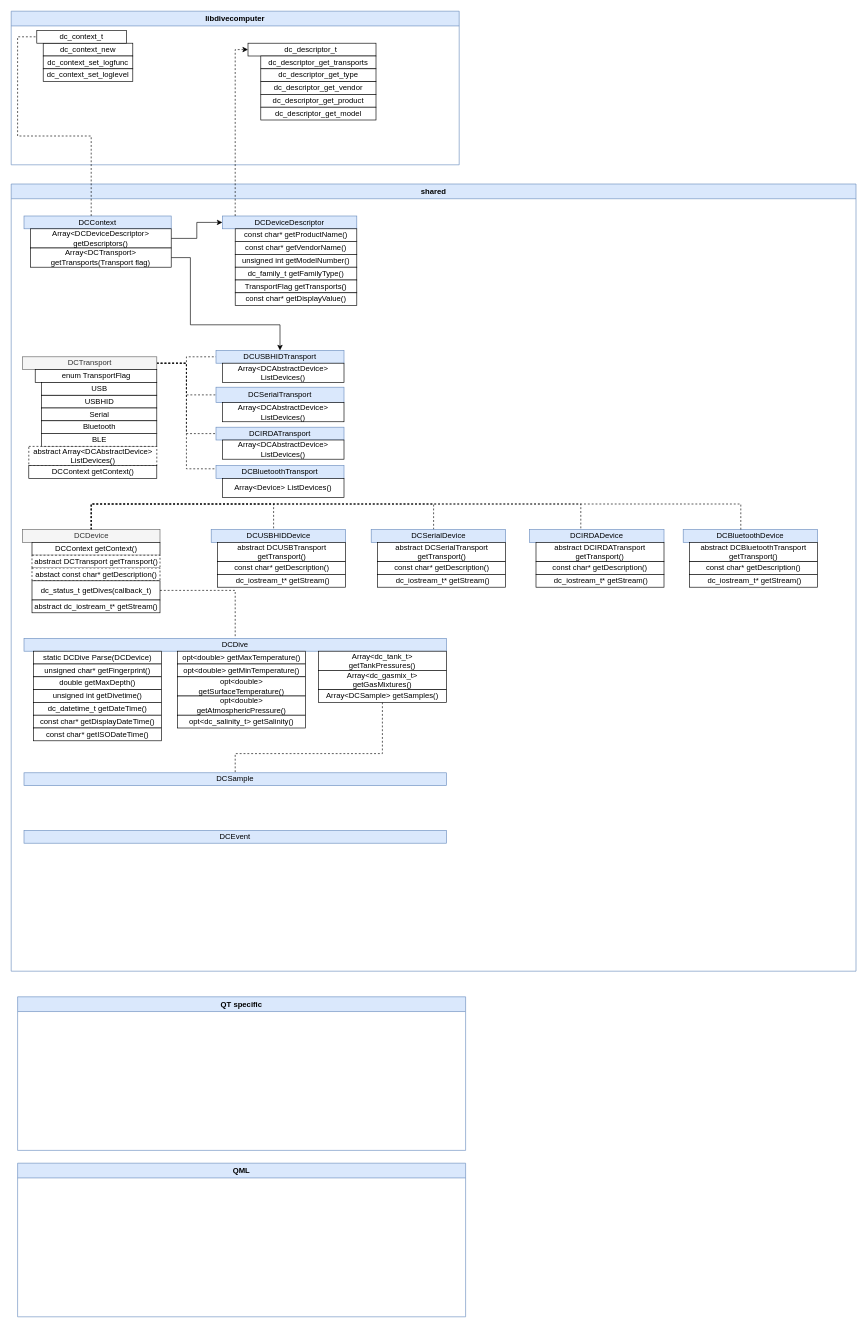
Earlier version of the draw.io diagram qt-libdivecomputer.drawio (blackshadev/qt-dive-uploader). Source tidied: cells renumbered, new cells numbered last; positions are measured from the earlier drawing's top-left corner, leaving out a move shared by most shapes. Both pictures are drawn from the tidied source at 64%, with x=0, y=0 at pixel (11, 11).
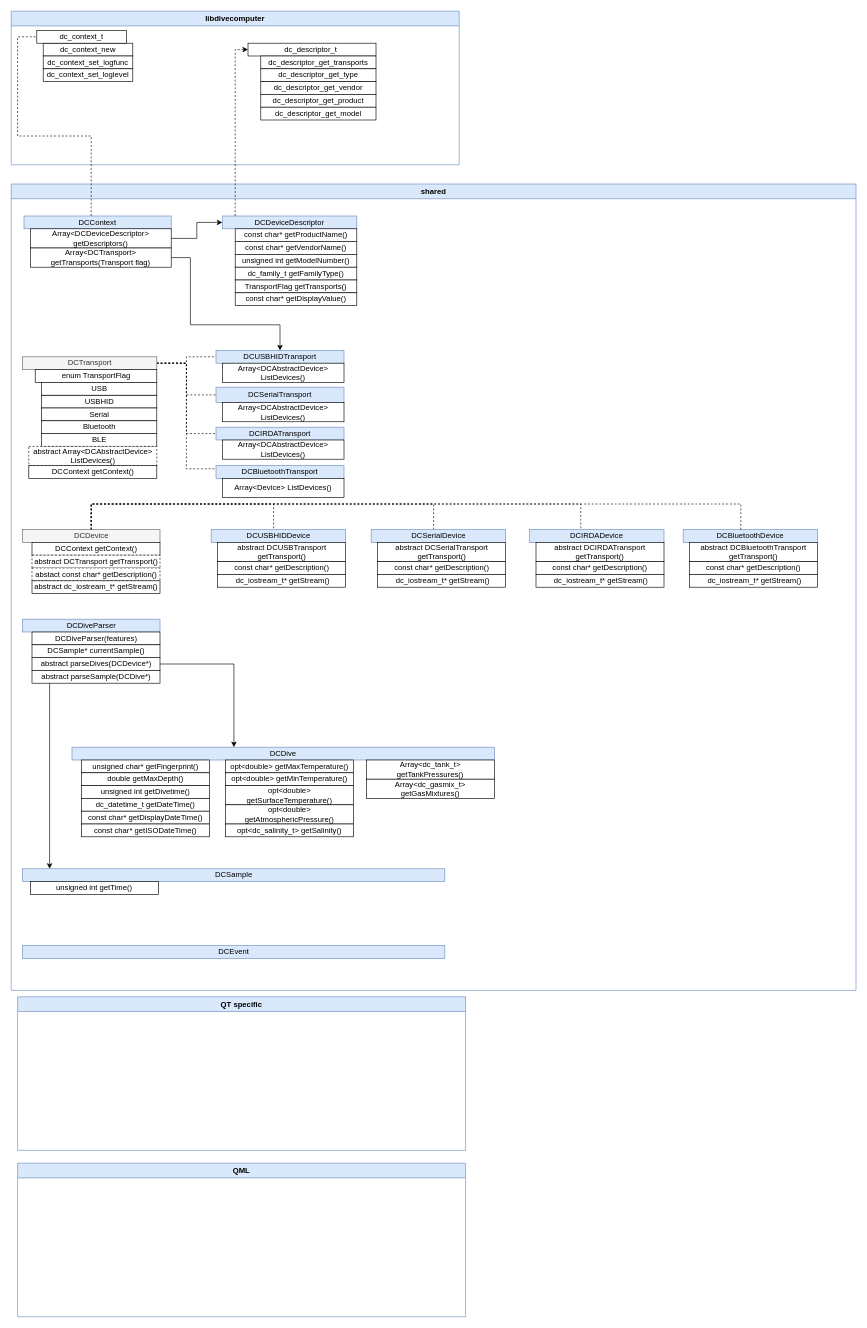
Above is the later version.

Change to the diagram source:
```diff
@@
     <mxCell id="13" value="shared" style="swimlane;fillColor=#dae8fc;strokeColor=#6c8ebf;" parent="1" vertex="1">
-      <mxGeometry y="270" width="1320" height="1230" as="geometry" />
+      <mxGeometry y="270" width="1320" height="1260" as="geometry" />
     </mxCell>
@@
-    <mxCell id="67" style="edgeStyle=orthogonalEdgeStyle;rounded=0;jettySize=auto;html=1;dashed=1;endArrow=none;endFill=0;strokeColor=#000000;" parent="13" edge="1" source="68" target="74">
-      <mxGeometry relative="1" as="geometry">
-        <Array as="points">
-          <mxPoint x="350" y="635" />
-        </Array>
-      </mxGeometry>
-    </mxCell>
-    <mxCell id="68" value="dc_status_t getDives(callback_t)" style="rounded=0;whiteSpace=wrap;html=1;" parent="13" vertex="1">
-      <mxGeometry x="32.5" y="620" width="200" height="30" as="geometry" />
-    </mxCell>
     <mxCell id="69" value="abstract dc_iostream_t* getStream()" style="rounded=0;whiteSpace=wrap;html=1;" parent="13" vertex="1">
-      <mxGeometry x="32.5" y="650" width="200" height="20" as="geometry" />
+      <mxGeometry x="32.5" y="620" width="200" height="20" as="geometry" />
     </mxCell>
@@
     <mxCell id="74" value="DCDive" style="rounded=0;whiteSpace=wrap;html=1;fillColor=#dae8fc;strokeColor=#6c8ebf;" parent="13" vertex="1">
-      <mxGeometry x="20" y="710" width="660" height="20" as="geometry" />
+      <mxGeometry x="95" y="880" width="660" height="20" as="geometry" />
     </mxCell>
-    <mxCell id="75" value="static DCDive Parse(DCDevice)" style="rounded=0;whiteSpace=wrap;html=1;" parent="13" vertex="1">
-      <mxGeometry x="35" y="730" width="200" height="20" as="geometry" />
-    </mxCell>
     <mxCell id="76" value="unsigned char* getFingerprint()" style="rounded=0;whiteSpace=wrap;html=1;" parent="13" vertex="1">
-      <mxGeometry x="35" y="750" width="200" height="20" as="geometry" />
+      <mxGeometry x="110" y="900" width="200" height="20" as="geometry" />
     </mxCell>
     <mxCell id="77" value="double getMaxDepth()" style="rounded=0;whiteSpace=wrap;html=1;" parent="13" vertex="1">
-      <mxGeometry x="35" y="770" width="200" height="20" as="geometry" />
+      <mxGeometry x="110" y="920" width="200" height="20" as="geometry" />
     </mxCell>
     <mxCell id="78" value="unsigned int getDivetime()" style="rounded=0;whiteSpace=wrap;html=1;" parent="13" vertex="1">
-      <mxGeometry x="35" y="790" width="200" height="20" as="geometry" />
+      <mxGeometry x="110" y="940" width="200" height="20" as="geometry" />
     </mxCell>
     <mxCell id="79" value="dc_datetime_t getDateTime()" style="rounded=0;whiteSpace=wrap;html=1;" parent="13" vertex="1">
-      <mxGeometry x="35" y="810" width="200" height="20" as="geometry" />
+      <mxGeometry x="110" y="960" width="200" height="20" as="geometry" />
     </mxCell>
     <mxCell id="80" value="const char* getDisplayDateTime()" style="rounded=0;whiteSpace=wrap;html=1;" parent="13" vertex="1">
-      <mxGeometry x="35" y="830" width="200" height="20" as="geometry" />
+      <mxGeometry x="110" y="980" width="200" height="20" as="geometry" />
     </mxCell>
     <mxCell id="81" value="const char* getISODateTime()" style="rounded=0;whiteSpace=wrap;html=1;" parent="13" vertex="1">
-      <mxGeometry x="35" y="850" width="200" height="20" as="geometry" />
+      <mxGeometry x="110" y="1000" width="200" height="20" as="geometry" />
     </mxCell>
     <mxCell id="82" value="opt&amp;lt;double&amp;gt; getMaxTemperature()" style="rounded=0;whiteSpace=wrap;html=1;" parent="13" vertex="1">
-      <mxGeometry x="260" y="730" width="200" height="20" as="geometry" />
+      <mxGeometry x="335" y="900" width="200" height="20" as="geometry" />
     </mxCell>
     <mxCell id="83" value="opt&amp;lt;double&amp;gt; getMinTemperature()" style="rounded=0;whiteSpace=wrap;html=1;" parent="13" vertex="1">
-      <mxGeometry x="260" y="750" width="200" height="20" as="geometry" />
+      <mxGeometry x="335" y="920" width="200" height="20" as="geometry" />
     </mxCell>
     <mxCell id="84" value="opt&amp;lt;double&amp;gt; getSurfaceTemperature()" style="rounded=0;whiteSpace=wrap;html=1;" parent="13" vertex="1">
-      <mxGeometry x="260" y="770" width="200" height="30" as="geometry" />
+      <mxGeometry x="335" y="940" width="200" height="30" as="geometry" />
     </mxCell>
     <mxCell id="85" value="opt&amp;lt;double&amp;gt; getAtmosphericPressure()" style="rounded=0;whiteSpace=wrap;html=1;" parent="13" vertex="1">
-      <mxGeometry x="260" y="800" width="200" height="30" as="geometry" />
+      <mxGeometry x="335" y="970" width="200" height="30" as="geometry" />
     </mxCell>
     <mxCell id="86" value="opt&amp;lt;dc_salinity_t&amp;gt; getSalinity()" style="rounded=0;whiteSpace=wrap;html=1;" parent="13" vertex="1">
-      <mxGeometry x="260" y="830" width="200" height="20" as="geometry" />
+      <mxGeometry x="335" y="1000" width="200" height="20" as="geometry" />
     </mxCell>
     <mxCell id="87" value="Array&amp;lt;dc_tank_t&amp;gt; getTankPressures()" style="rounded=0;whiteSpace=wrap;html=1;" parent="13" vertex="1">
-      <mxGeometry x="480" y="730" width="200" height="30" as="geometry" />
+      <mxGeometry x="555" y="900" width="200" height="30" as="geometry" />
     </mxCell>
     <mxCell id="88" value="Array&amp;lt;dc_gasmix_t&amp;gt; getGasMixtures()" style="rounded=0;whiteSpace=wrap;html=1;" parent="13" vertex="1">
-      <mxGeometry x="480" y="760" width="200" height="30" as="geometry" />
+      <mxGeometry x="555" y="930" width="200" height="30" as="geometry" />
     </mxCell>
-    <mxCell id="89" style="edgeStyle=orthogonalEdgeStyle;rounded=0;jettySize=auto;html=1;dashed=1;endArrow=none;endFill=0;strokeColor=#000000;" parent="13" edge="1" source="90" target="91">
-      <mxGeometry relative="1" as="geometry">
-        <Array as="points">
-          <mxPoint x="580" y="890" />
-          <mxPoint x="350" y="890" />
-        </Array>
-      </mxGeometry>
-    </mxCell>
-    <mxCell id="90" value="Array&amp;lt;DCSample&amp;gt; getSamples()" style="rounded=0;whiteSpace=wrap;html=1;" parent="13" vertex="1">
-      <mxGeometry x="480" y="790" width="200" height="20" as="geometry" />
-    </mxCell>
     <mxCell id="91" value="DCSample" style="rounded=0;whiteSpace=wrap;html=1;fillColor=#dae8fc;strokeColor=#6c8ebf;" parent="13" vertex="1">
-      <mxGeometry x="20" y="920" width="660" height="20" as="geometry" />
+      <mxGeometry x="17.5" y="1070" width="660" height="20" as="geometry" />
     </mxCell>
     <mxCell id="92" value="DCEvent" style="rounded=0;whiteSpace=wrap;html=1;fillColor=#dae8fc;strokeColor=#6c8ebf;" parent="13" vertex="1">
-      <mxGeometry x="20" y="1010" width="660" height="20" as="geometry" />
+      <mxGeometry x="17.5" y="1190" width="660" height="20" as="geometry" />
     </mxCell>
+    <mxCell id="97" value="DCDiveParser" style="rounded=0;whiteSpace=wrap;html=1;fillColor=#dae8fc;strokeColor=#6c8ebf;" parent="13" vertex="1">
+      <mxGeometry x="17.5" y="680" width="215" height="20" as="geometry" />
+    </mxCell>
+    <mxCell id="98" style="edgeStyle=orthogonalEdgeStyle;rounded=0;jettySize=auto;html=1;" parent="13" edge="1" source="99" target="74">
+      <mxGeometry relative="1" as="geometry">
+        <Array as="points">
+          <mxPoint x="348" y="750" />
+        </Array>
+      </mxGeometry>
+    </mxCell>
+    <mxCell id="99" value="abstract parseDives(DCDevice*)" style="rounded=0;whiteSpace=wrap;html=1;" parent="13" vertex="1">
+      <mxGeometry x="32.5" y="740" width="200" height="20" as="geometry" />
+    </mxCell>
+    <mxCell id="100" style="edgeStyle=orthogonalEdgeStyle;rounded=0;jettySize=auto;html=1;" parent="13" edge="1" source="101" target="91">
+      <mxGeometry relative="1" as="geometry">
+        <Array as="points">
+          <mxPoint x="60" y="830" />
+          <mxPoint x="60" y="830" />
+        </Array>
+      </mxGeometry>
+    </mxCell>
+    <mxCell id="101" value="abstract parseSample(DCDive*)" style="rounded=0;whiteSpace=wrap;html=1;" parent="13" vertex="1">
+      <mxGeometry x="32.5" y="760" width="200" height="20" as="geometry" />
+    </mxCell>
+    <mxCell id="102" value="DCDiveParser(features)" style="rounded=0;whiteSpace=wrap;html=1;" parent="13" vertex="1">
+      <mxGeometry x="32.5" y="700" width="200" height="20" as="geometry" />
+    </mxCell>
+    <mxCell id="103" value="DCSample* currentSample()" style="rounded=0;whiteSpace=wrap;html=1;" parent="13" vertex="1">
+      <mxGeometry x="32.5" y="720" width="200" height="20" as="geometry" />
+    </mxCell>
+    <mxCell id="104" value="unsigned int getTime()" style="rounded=0;whiteSpace=wrap;html=1;" parent="13" vertex="1">
+      <mxGeometry x="30" y="1090" width="200" height="20" as="geometry" />
+    </mxCell>
```
